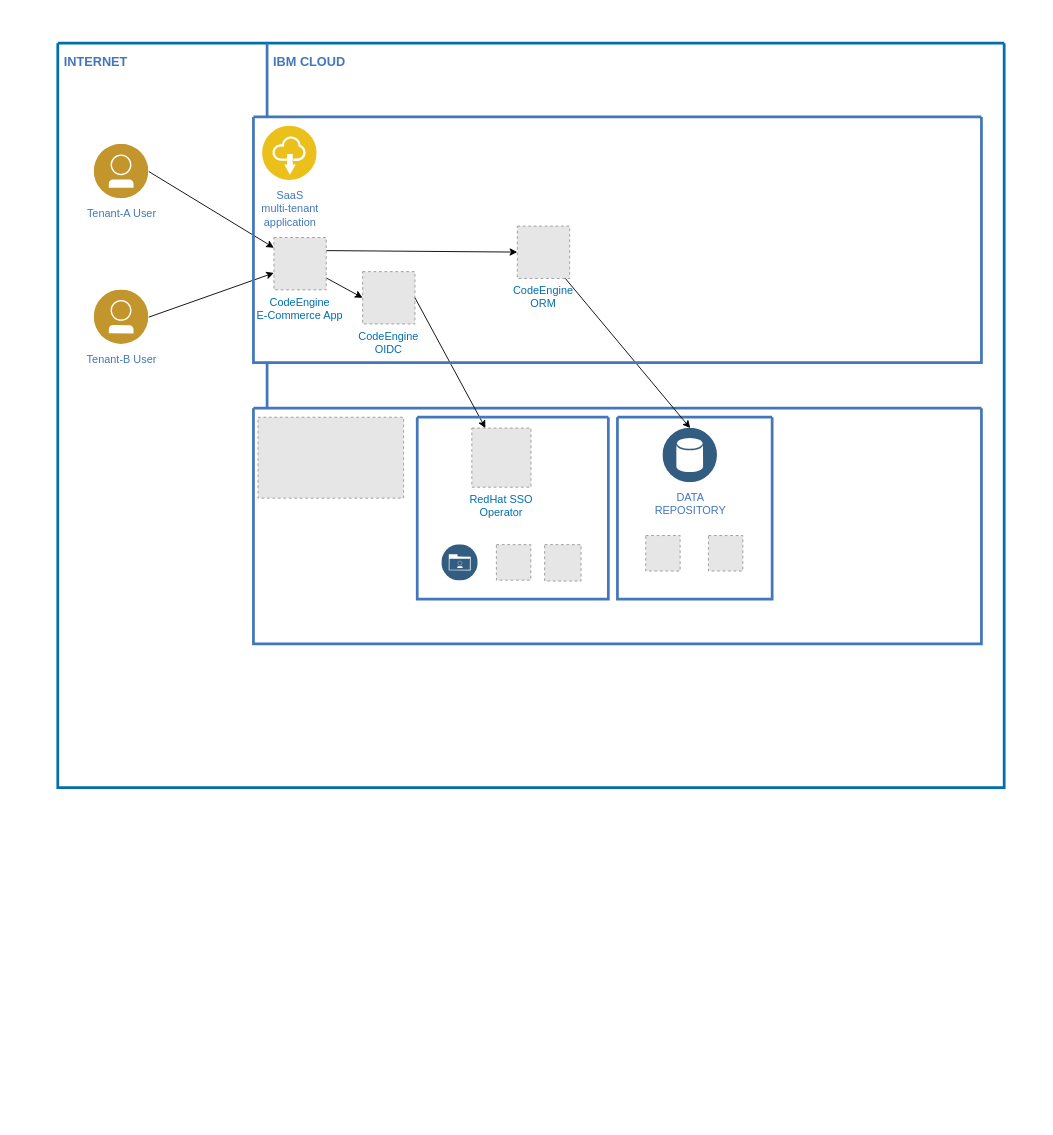
The draw.io diagram diagrams/multi-tenant-app-architecture.drawio in karimdeif/multi-tenancy, before the edit. Source tidied: cells renumbered, new cells numbered last; positions are measured from the earlier drawing's top-left corner, leaving out a move shared by most shapes. Both pictures are drawn from the tidied source at 91%, with x=0, y=0 at pixel (57, 43). Pictures stored in the file or linked from it are replaced by grey dashed boxes.
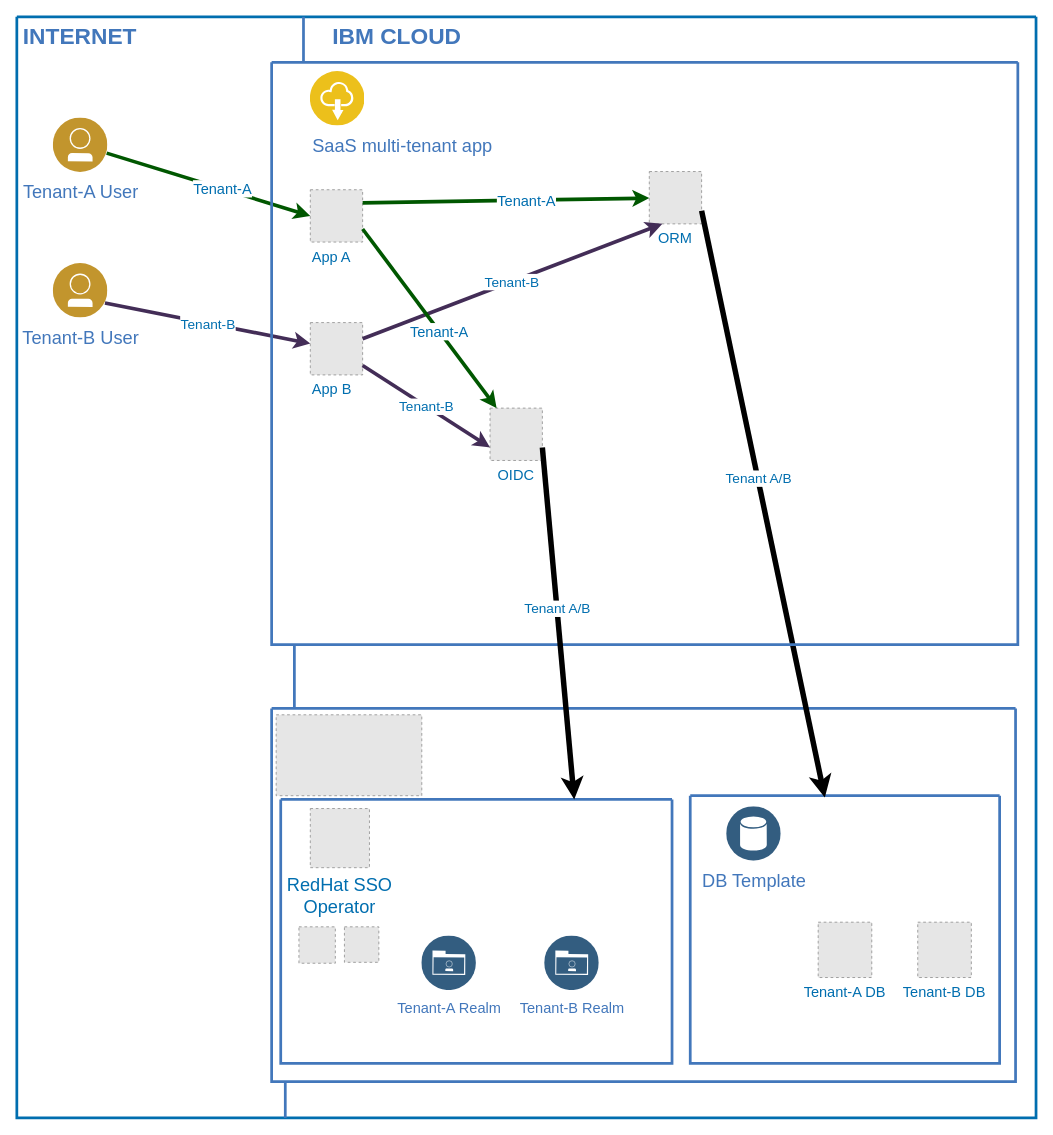
The same page after the edit.

Change to the diagram source:
```diff
@@
     <mxCell id="2" style="swimlane;shadow=0;strokeColor=#006EAF;fillColor=#1ba1e2;fontColor=#ffffff;align=right;startSize=0;noLabel=1;strokeWidth=3;" parent="1" vertex="1">
-      <mxGeometry width="1040" height="818" as="geometry" />
+      <mxGeometry x="-45" y="-29" width="1120" height="1210" as="geometry" />
     </mxCell>
-    <mxCell id="3" value="Tenant-A User" style="perimeter=ellipsePerimeter;html=1;align=center;shadow=0;dashed=0;image;image=img/lib/ibm/users/user.svg;strokeColor=#FF0000;fillColor=#FFFF66;gradientColor=none;fontColor=#4277BB;labelBackgroundColor=#ffffff;fontSize=12;spacingTop=3;" parent="2" vertex="1">
+    <mxCell id="3" value="&lt;font style=&quot;font-size: 20px&quot;&gt;Tenant-A User&lt;/font&gt;" style="perimeter=ellipsePerimeter;html=1;align=center;shadow=0;dashed=0;image;image=img/lib/ibm/users/user.svg;strokeColor=#FF0000;fillColor=#FFFF66;gradientColor=none;fontColor=#4277BB;labelBackgroundColor=#ffffff;fontSize=12;spacingTop=3;" parent="2" vertex="1">
       <mxGeometry x="40" y="111" width="60" height="60" as="geometry" />
     </mxCell>
-    <mxCell id="4" value="INTERNET" style="text;html=1;align=left;verticalAlign=middle;fontColor=#4277BB;shadow=0;dashed=0;strokeColor=none;fillColor=none;labelBackgroundColor=none;fontStyle=1;fontSize=14;spacingLeft=5;" parent="2" vertex="1">
+    <mxCell id="4" value="&lt;font style=&quot;font-size: 25px&quot;&gt;INTERNET&lt;/font&gt;" style="text;html=1;align=left;verticalAlign=middle;fontColor=#4277BB;shadow=0;dashed=0;strokeColor=none;fillColor=none;labelBackgroundColor=none;fontStyle=1;fontSize=14;spacingLeft=5;" parent="2" vertex="1">
       <mxGeometry y="10" width="150" height="20" as="geometry" />
     </mxCell>
     <mxCell id="5" style="line;strokeWidth=3;direction=south;html=1;shadow=0;labelBackgroundColor=none;fillColor=none;gradientColor=none;fontSize=12;fontColor=#4277BB;align=right;strokeColor=#4277BB;" parent="2" vertex="1">
-      <mxGeometry x="225" width="10" height="80" as="geometry" />
+      <mxGeometry x="310" width="10" height="50" as="geometry" />
     </mxCell>
     <mxCell id="6" style="line;strokeWidth=3;direction=south;html=1;shadow=0;labelBackgroundColor=none;fillColor=none;gradientColor=none;fontSize=12;fontColor=#4277BB;align=right;strokeColor=#4277BB;" parent="2" vertex="1">
-      <mxGeometry x="225" y="350" width="10" height="50" as="geometry" />
+      <mxGeometry x="300" y="690" width="10" height="70" as="geometry" />
     </mxCell>
-    <mxCell id="7" value="IBM CLOUD" style="text;html=1;align=left;verticalAlign=middle;fontColor=#4277BB;shadow=0;dashed=0;strokeColor=none;fillColor=none;labelBackgroundColor=none;fontStyle=1;fontSize=14;spacingLeft=5;" parent="2" vertex="1">
-      <mxGeometry x="230" y="10" width="150" height="20" as="geometry" />
+    <mxCell id="7" value="&lt;font style=&quot;font-size: 25px&quot;&gt;IBM CLOUD&lt;/font&gt;" style="text;html=1;align=left;verticalAlign=middle;fontColor=#4277BB;shadow=0;dashed=0;strokeColor=none;fillColor=none;labelBackgroundColor=none;fontStyle=1;fontSize=14;spacingLeft=5;" parent="2" vertex="1">
+      <mxGeometry x="340" y="10" width="150" height="20" as="geometry" />
     </mxCell>
-    <mxCell id="8" value="CodeEngine&#10;OIDC" style="fillColor=#E6E6E6;strokeColor=#999999;dashed=1;verticalLabelPosition=bottom;labelBackgroundColor=#ffffff;verticalAlign=top;fontColor=#006EAF;" parent="2" vertex="1">
-      <mxGeometry x="335" y="251" width="57.5" height="57.5" as="geometry" />
+    <mxCell id="8" value="OIDC" style="fillColor=#E6E6E6;strokeColor=#999999;dashed=1;verticalLabelPosition=bottom;labelBackgroundColor=#ffffff;verticalAlign=top;fontColor=#006EAF;fontSize=16;" parent="2" vertex="1">
+      <mxGeometry x="520" y="430" width="57.5" height="57.5" as="geometry" />
     </mxCell>
-    <mxCell id="9" value="SaaS&lt;div&gt;multi-tenant&lt;/div&gt;&lt;div&gt;application&lt;/div&gt;" style="perimeter=ellipsePerimeter;html=1;align=center;shadow=0;dashed=0;image;image=img/lib/ibm/applications/saas_applications.svg;strokeColor=#FF0000;fillColor=#FFFF66;gradientColor=none;fontColor=#4277BB;labelBackgroundColor=#ffffff;spacingTop=3;" parent="2" vertex="1">
-      <mxGeometry x="225" y="91" width="60" height="60" as="geometry" />
+    <mxCell id="9" value="&lt;div&gt;&lt;span style=&quot;font-size: 20px&quot;&gt;SaaS multi-tenant app&lt;/span&gt;&lt;/div&gt;" style="perimeter=ellipsePerimeter;html=1;align=left;shadow=0;dashed=0;image;image=img/lib/ibm/applications/saas_applications.svg;strokeColor=#FF0000;fillColor=#FFFF66;gradientColor=none;fontColor=#4277BB;labelBackgroundColor=#ffffff;spacingTop=3;" parent="2" vertex="1">
+      <mxGeometry x="322.5" y="60" width="60" height="60" as="geometry" />
     </mxCell>
-    <mxCell id="10" value="Tenant-B User" style="perimeter=ellipsePerimeter;html=1;align=center;shadow=0;dashed=0;image;image=img/lib/ibm/users/user.svg;strokeColor=#FF0000;fillColor=#FFFF66;gradientColor=none;fontColor=#4277BB;labelBackgroundColor=#ffffff;fontSize=12;spacingTop=3;" parent="2" vertex="1">
+    <mxCell id="10" value="&lt;font style=&quot;font-size: 20px&quot;&gt;Tenant-B User&lt;/font&gt;" style="perimeter=ellipsePerimeter;html=1;align=center;shadow=0;dashed=0;image;image=img/lib/ibm/users/user.svg;strokeColor=#FF0000;fillColor=#FFFF66;gradientColor=none;fontColor=#4277BB;labelBackgroundColor=#ffffff;fontSize=12;spacingTop=3;" parent="2" vertex="1">
       <mxGeometry x="40" y="271" width="60" height="60" as="geometry" />
     </mxCell>
-    <mxCell id="11" style="endArrow=classic;html=1;fontColor=#6666FF;exitX=1;exitY=0.5;exitDx=0;exitDy=0;" parent="2" edge="1" source="3" target="28">
-      <mxGeometry relative="1" as="geometry" />
-    </mxCell>
-    <mxCell id="12" style="endArrow=classic;html=1;fontColor=#6666FF;exitX=1;exitY=0.5;exitDx=0;exitDy=0;" parent="2" edge="1" source="10" target="28">
-      <mxGeometry relative="1" as="geometry" />
-    </mxCell>
-    <mxCell id="13" style="endArrow=classic;html=1;fontColor=#006EAF;entryX=0;entryY=0.5;entryDx=0;entryDy=0;" parent="2" edge="1" source="28" target="8">
-      <mxGeometry relative="1" as="geometry" />
-    </mxCell>
-    <mxCell id="14" value="CodeEngine&#10;ORM" style="fillColor=#E6E6E6;strokeColor=#999999;dashed=1;verticalLabelPosition=bottom;labelBackgroundColor=#ffffff;verticalAlign=top;fontColor=#006EAF;" parent="2" vertex="1">
-      <mxGeometry x="505" y="201" width="57.5" height="57.5" as="geometry" />
+    <mxCell id="14" value="ORM" style="fillColor=#E6E6E6;strokeColor=#999999;dashed=1;verticalLabelPosition=bottom;labelBackgroundColor=#ffffff;verticalAlign=top;fontColor=#006EAF;fontSize=16;" parent="2" vertex="1">
+      <mxGeometry x="695" y="170" width="57.5" height="57.5" as="geometry" />
     </mxCell>
-    <mxCell id="15" style="endArrow=classic;html=1;fontColor=#006EAF;exitX=1;exitY=0.25;exitDx=0;exitDy=0;" parent="2" edge="1" source="28" target="14">
-      <mxGeometry relative="1" as="geometry" />
-    </mxCell>
     <mxCell id="16" style="swimlane;shadow=0;labelBackgroundColor=#007FFF;strokeColor=#4277BB;fillColor=none;gradientColor=none;fontColor=#000000;align=right;startSize=0;strokeWidth=3;" parent="2" vertex="1">
-      <mxGeometry x="215" y="401" width="800" height="259" as="geometry" />
+      <mxGeometry x="280" y="760" width="817.5" height="410" as="geometry" />
     </mxCell>
     <mxCell id="17" style="fillColor=#E6E6E6;strokeColor=#999999;dashed=1;verticalLabelPosition=bottom;labelBackgroundColor=#ffffff;verticalAlign=top;" parent="16" vertex="1">
-      <mxGeometry x="5" y="10" width="160" height="88.9" as="geometry" />
+      <mxGeometry x="5" y="7" width="160" height="88.9" as="geometry" />
     </mxCell>
-    <mxCell id="18" value="RedHat SSO&#10;Operator" style="fillColor=#E6E6E6;strokeColor=#999999;dashed=1;verticalLabelPosition=bottom;labelBackgroundColor=#ffffff;verticalAlign=top;fontColor=#006EAF;" parent="16" vertex="1">
-      <mxGeometry x="240" y="21.9" width="65" height="65" as="geometry" />
+    <mxCell id="18" value="RedHat SSO&#10;Operator" style="fillColor=#E6E6E6;strokeColor=#999999;dashed=1;verticalLabelPosition=bottom;labelBackgroundColor=#ffffff;verticalAlign=top;fontColor=#006EAF;fontSize=20;" parent="16" vertex="1">
+      <mxGeometry x="42.5" y="110" width="65" height="65" as="geometry" />
     </mxCell>
-    <mxCell id="19" value="&lt;div&gt;&lt;br&gt;&lt;/div&gt;" style="perimeter=ellipsePerimeter;html=1;align=center;shadow=0;dashed=0;image;image=img/lib/ibm/data/enterprise_user_directory.svg;strokeColor=#FF0000;fillColor=#FFFF66;gradientColor=none;fontColor=#4277BB;labelBackgroundColor=#ffffff;spacingTop=3;" parent="16" vertex="1">
-      <mxGeometry x="207" y="150" width="40" height="40" as="geometry" />
+    <mxCell id="19" value="&lt;div&gt;&lt;font style=&quot;font-size: 16px&quot;&gt;Tenant-A Realm&lt;/font&gt;&lt;/div&gt;" style="perimeter=ellipsePerimeter;html=1;align=center;shadow=0;dashed=0;image;image=img/lib/ibm/data/enterprise_user_directory.svg;strokeColor=#FF0000;fillColor=#FFFF66;gradientColor=none;fontColor=#4277BB;labelBackgroundColor=#ffffff;spacingTop=3;" parent="16" vertex="1">
+      <mxGeometry x="165" y="250" width="60" height="60" as="geometry" />
     </mxCell>
     <mxCell id="20" style="fillColor=#E6E6E6;strokeColor=#999999;dashed=1;verticalLabelPosition=bottom;labelBackgroundColor=#ffffff;verticalAlign=top;" parent="16" vertex="1">
-      <mxGeometry x="267" y="150" width="37.8" height="39" as="geometry" />
+      <mxGeometry x="80" y="240" width="37.8" height="39" as="geometry" />
     </mxCell>
     <mxCell id="21" style="fillColor=#E6E6E6;strokeColor=#999999;dashed=1;verticalLabelPosition=bottom;labelBackgroundColor=#ffffff;verticalAlign=top;" parent="16" vertex="1">
-      <mxGeometry x="320" y="150" width="40" height="40" as="geometry" />
+      <mxGeometry x="30" y="240" width="40" height="40" as="geometry" />
     </mxCell>
     <mxCell id="22" style="swimlane;shadow=0;labelBackgroundColor=#007FFF;strokeColor=#4277BB;fillColor=none;gradientColor=none;fontColor=#000000;align=right;startSize=0;strokeWidth=3;" parent="16" vertex="1">
-      <mxGeometry x="400" y="10" width="170" height="200" as="geometry" />
+      <mxGeometry x="460" y="95.9" width="340" height="294.1" as="geometry" />
     </mxCell>
-    <mxCell id="23" value="DATA&lt;div&gt;REPOSITORY&lt;/div&gt;" style="perimeter=ellipsePerimeter;html=1;align=center;shadow=0;dashed=0;image;image=img/lib/ibm/data/data_services.svg;strokeColor=#FF0000;fillColor=#FFFF66;gradientColor=none;fontColor=#4277BB;labelBackgroundColor=#ffffff;spacingTop=3;" parent="22" vertex="1">
-      <mxGeometry x="50" y="12" width="60" height="60" as="geometry" />
+    <mxCell id="23" value="&lt;font style=&quot;font-size: 20px&quot;&gt;DB Template&lt;/font&gt;" style="perimeter=ellipsePerimeter;html=1;align=center;shadow=0;dashed=0;image;image=img/lib/ibm/data/data_services.svg;strokeColor=#FF0000;fillColor=#FFFF66;gradientColor=none;fontColor=#4277BB;labelBackgroundColor=#ffffff;spacingTop=3;" parent="22" vertex="1">
+      <mxGeometry x="40" y="12" width="60" height="60" as="geometry" />
     </mxCell>
-    <mxCell id="24" style="fillColor=#E6E6E6;strokeColor=#999999;dashed=1;verticalLabelPosition=bottom;labelBackgroundColor=#ffffff;verticalAlign=top;" parent="22" vertex="1">
-      <mxGeometry x="31.1" y="130" width="37.8" height="39" as="geometry" />
+    <mxCell id="24" value="Tenant-A DB" style="fillColor=#E6E6E6;strokeColor=#999999;dashed=1;verticalLabelPosition=bottom;labelBackgroundColor=#ffffff;verticalAlign=top;fontColor=#006EAF;fontSize=16;" parent="22" vertex="1">
+      <mxGeometry x="140.6" y="139" width="58.9" height="60.8" as="geometry" />
     </mxCell>
-    <mxCell id="25" style="fillColor=#E6E6E6;strokeColor=#999999;dashed=1;verticalLabelPosition=bottom;labelBackgroundColor=#ffffff;verticalAlign=top;" parent="22" vertex="1">
-      <mxGeometry x="100" y="130" width="37.8" height="39" as="geometry" />
-    </mxCell>
-    <mxCell id="26" style="endArrow=classic;html=1;fontColor=#006EAF;exitX=1;exitY=0.5;exitDx=0;exitDy=0;" parent="2" edge="1" source="8" target="18">
-      <mxGeometry relative="1" as="geometry" />
-    </mxCell>
+    <mxCell id="31" value="Tenant-B DB" style="fillColor=#E6E6E6;strokeColor=#999999;dashed=1;verticalLabelPosition=bottom;labelBackgroundColor=#ffffff;verticalAlign=top;fontColor=#006EAF;fontSize=16;" parent="22" vertex="1">
+      <mxGeometry x="250" y="139" width="58.9" height="60.8" as="geometry" />
+    </mxCell>
+    <mxCell id="32" value="&lt;div&gt;&lt;font style=&quot;font-size: 16px&quot;&gt;Tenant-B Realm&lt;/font&gt;&lt;/div&gt;" style="perimeter=ellipsePerimeter;html=1;align=center;shadow=0;dashed=0;image;image=img/lib/ibm/data/enterprise_user_directory.svg;strokeColor=#FF0000;fillColor=#FFFF66;gradientColor=none;fontColor=#4277BB;labelBackgroundColor=#ffffff;spacingTop=3;" parent="16" vertex="1">
+      <mxGeometry x="300" y="250" width="60" height="60" as="geometry" />
+    </mxCell>
-    <mxCell id="27" style="endArrow=classic;html=1;fontColor=#006EAF;entryX=0.5;entryY=0;entryDx=0;entryDy=0;" parent="2" edge="1" source="14" target="23">
+    <mxCell id="27" style="endArrow=classic;html=1;fontColor=#006EAF;entryX=0.435;entryY=0.007;entryDx=0;entryDy=0;entryPerimeter=0;exitX=1;exitY=0.75;exitDx=0;exitDy=0;strokeWidth=6;" parent="2" edge="1" source="14" target="22">
       <mxGeometry relative="1" as="geometry" />
     </mxCell>
+    <mxCell id="33" value="Tenant A/B" style="edgeLabel;html=1;align=center;verticalAlign=middle;fontSize=15;fontColor=#006EAF;" parent="27" vertex="1">
+      <mxGeometry x="-0.09" relative="1" as="geometry" />
+    </mxCell>
-    <mxCell id="28" value="CodeEngine&#10;E-Commerce App" style="fillColor=#E6E6E6;strokeColor=#999999;dashed=1;verticalLabelPosition=bottom;labelBackgroundColor=#ffffff;verticalAlign=top;fontColor=#006EAF;" parent="2" vertex="1">
-      <mxGeometry x="237.5" y="213.5" width="57.5" height="57.5" as="geometry" />
+    <mxCell id="28" value="App A" style="fillColor=#E6E6E6;strokeColor=#999999;dashed=1;verticalLabelPosition=bottom;labelBackgroundColor=#ffffff;verticalAlign=top;fontColor=#006EAF;fontSize=16;align=left;" parent="2" vertex="1">
+      <mxGeometry x="322.5" y="190" width="57.5" height="57.5" as="geometry" />
     </mxCell>
+    <mxCell id="15" style="endArrow=classic;html=1;fontColor=#006EAF;exitX=1;exitY=0.25;exitDx=0;exitDy=0;fontSize=15;strokeWidth=4;strokeColor=#005700;fillColor=#008a00;" parent="2" edge="1" source="28" target="14">
+      <mxGeometry relative="1" as="geometry" />
+    </mxCell>
+    <mxCell id="34" value="Tenant-A" style="edgeLabel;html=1;align=center;verticalAlign=middle;fontSize=16;fontColor=#006EAF;" parent="15" vertex="1">
+      <mxGeometry x="0.14" relative="1" as="geometry" />
+    </mxCell>
+    <mxCell id="35" value="App B" style="fillColor=#E6E6E6;strokeColor=#999999;dashed=1;verticalLabelPosition=bottom;labelBackgroundColor=#ffffff;verticalAlign=top;fontColor=#006EAF;fontSize=16;align=left;" parent="2" vertex="1">
+      <mxGeometry x="322.5" y="336" width="57.5" height="57.5" as="geometry" />
+    </mxCell>
+    <mxCell id="36" value="Tenant-B" style="endArrow=classic;html=1;entryX=0.25;entryY=1;entryDx=0;entryDy=0;fontColor=#006EAF;fontSize=15;strokeWidth=4;strokeColor=#432D57;fillColor=#76608a;" parent="2" edge="1" source="35" target="14">
+      <mxGeometry relative="1" as="geometry" />
+    </mxCell>
+    <mxCell id="13" style="endArrow=classic;html=1;fontColor=#006EAF;fontSize=15;strokeWidth=4;strokeColor=#005700;exitX=1;exitY=0.75;exitDx=0;exitDy=0;fillColor=#008a00;" parent="2" edge="1" source="28" target="8">
+      <mxGeometry relative="1" as="geometry" />
+    </mxCell>
+    <mxCell id="37" value="Tenant-A" style="edgeLabel;html=1;align=center;verticalAlign=middle;fontSize=16;fontColor=#006EAF;" parent="13" vertex="1">
+      <mxGeometry x="0.14" relative="1" as="geometry" />
+    </mxCell>
+    <mxCell id="11" style="endArrow=classic;html=1;fontColor=#006EAF;fontSize=15;strokeWidth=4;strokeColor=#005700;entryX=0;entryY=0.5;entryDx=0;entryDy=0;fillColor=#008a00;" parent="2" edge="1" source="3" target="28">
+      <mxGeometry relative="1" as="geometry" />
+    </mxCell>
+    <mxCell id="38" value="Tenant-A" style="edgeLabel;html=1;align=center;verticalAlign=middle;fontSize=16;fontColor=#006EAF;" parent="11" vertex="1">
+      <mxGeometry x="0.14" relative="1" as="geometry" />
+    </mxCell>
+    <mxCell id="39" value="Tenant-B" style="endArrow=classic;html=1;fontColor=#006EAF;fontSize=15;strokeWidth=4;strokeColor=#432D57;fillColor=#76608a;exitX=1;exitY=0.75;exitDx=0;exitDy=0;" parent="2" edge="1" source="10" target="35">
+      <mxGeometry relative="1" as="geometry" />
+    </mxCell>
+    <mxCell id="40" value="Tenant-B" style="endArrow=classic;html=1;entryX=0;entryY=0.75;entryDx=0;entryDy=0;fontColor=#006EAF;fontSize=15;strokeWidth=4;strokeColor=#432D57;fillColor=#76608a;" parent="2" edge="1" source="35" target="8">
+      <mxGeometry relative="1" as="geometry" />
+    </mxCell>
     <mxCell id="29" style="swimlane;shadow=0;labelBackgroundColor=#007FFF;strokeColor=#4277BB;fillColor=none;gradientColor=none;fontColor=#000000;align=right;startSize=0;strokeWidth=3;" parent="1" vertex="1">
-      <mxGeometry x="215" y="81" width="800" height="270" as="geometry" />
+      <mxGeometry x="235" y="21" width="820" height="640" as="geometry" />
     </mxCell>
     <mxCell id="30" style="swimlane;shadow=0;labelBackgroundColor=#007FFF;strokeColor=#4277BB;fillColor=none;gradientColor=none;fontColor=#000000;align=right;startSize=0;strokeWidth=3;" parent="1" vertex="1">
-      <mxGeometry x="395" y="411" width="210" height="200" as="geometry" />
+      <mxGeometry x="245" y="831" width="430" height="290" as="geometry" />
     </mxCell>
+    <mxCell id="41" style="line;strokeWidth=3;direction=south;html=1;shadow=0;labelBackgroundColor=none;fillColor=none;gradientColor=none;fontSize=12;fontColor=#4277BB;align=right;strokeColor=#4277BB;" parent="1" vertex="1">
+      <mxGeometry x="245" y="1141" width="10" height="40" as="geometry" />
+    </mxCell>
+    <mxCell id="42" style="endArrow=classic;html=1;fontColor=#006EAF;entryX=0.75;entryY=0;entryDx=0;entryDy=0;strokeWidth=6;exitX=1;exitY=0.75;exitDx=0;exitDy=0;" parent="1" edge="1" source="8" target="30">
+      <mxGeometry relative="1" as="geometry" />
+    </mxCell>
+    <mxCell id="43" value="Tenant A/B" style="edgeLabel;html=1;align=center;verticalAlign=middle;fontSize=15;fontColor=#006EAF;" parent="42" vertex="1">
+      <mxGeometry x="-0.09" relative="1" as="geometry" />
+    </mxCell>
```
